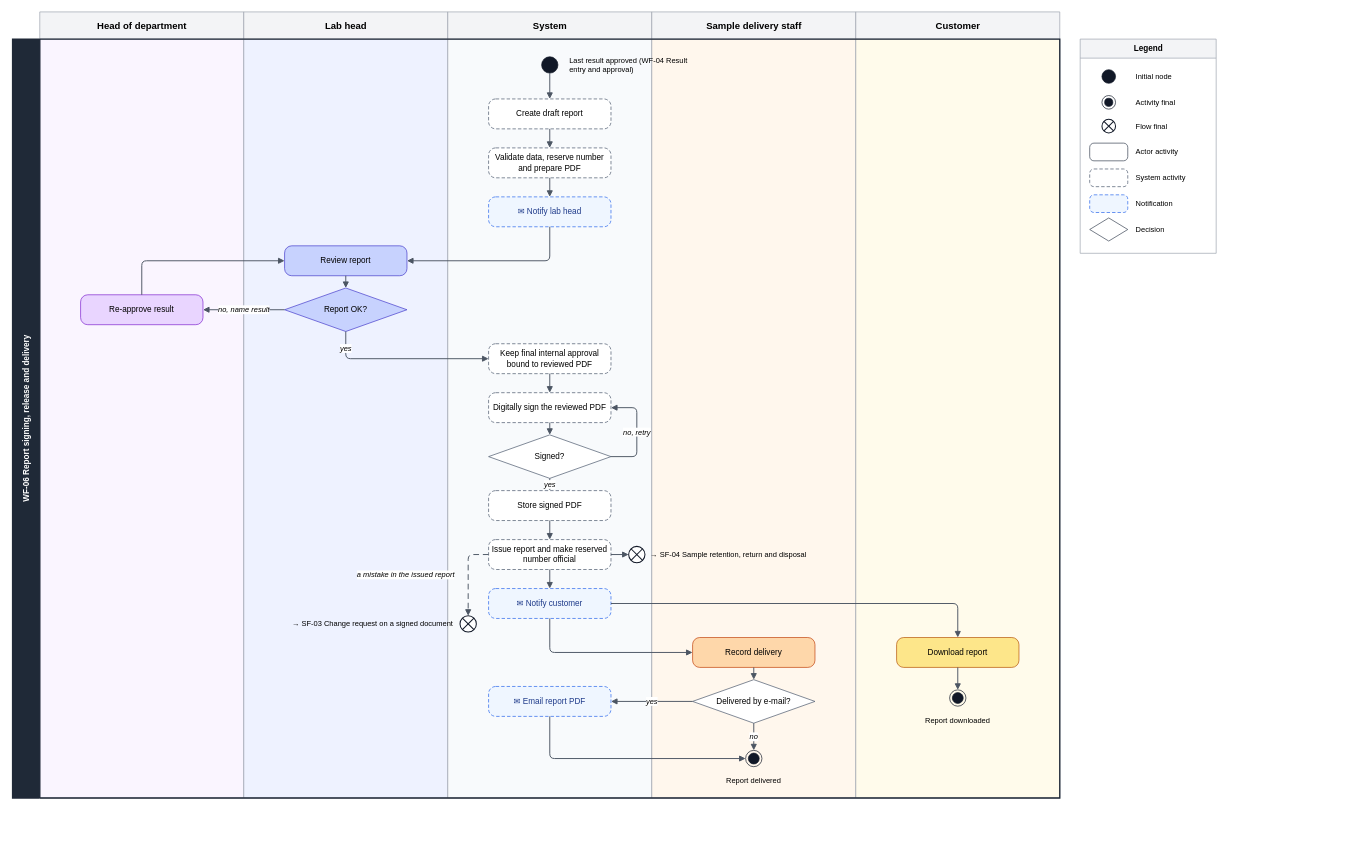
Earlier version of the draw.io diagram page "WF-06 Workflow" (1 of 2) of docs/reports/activity-diagram/final/Core flows/WF-06 Report signing, release and delivery.drawio (SoltuneMontepre/medilab). Source tidied: cells renumbered, new cells numbered last; positions are measured from the earlier drawing's top-left corner, leaving out a move shared by most shapes. Both pictures are drawn from the tidied source at 68%, with x=0, y=0 at pixel (12, 12).
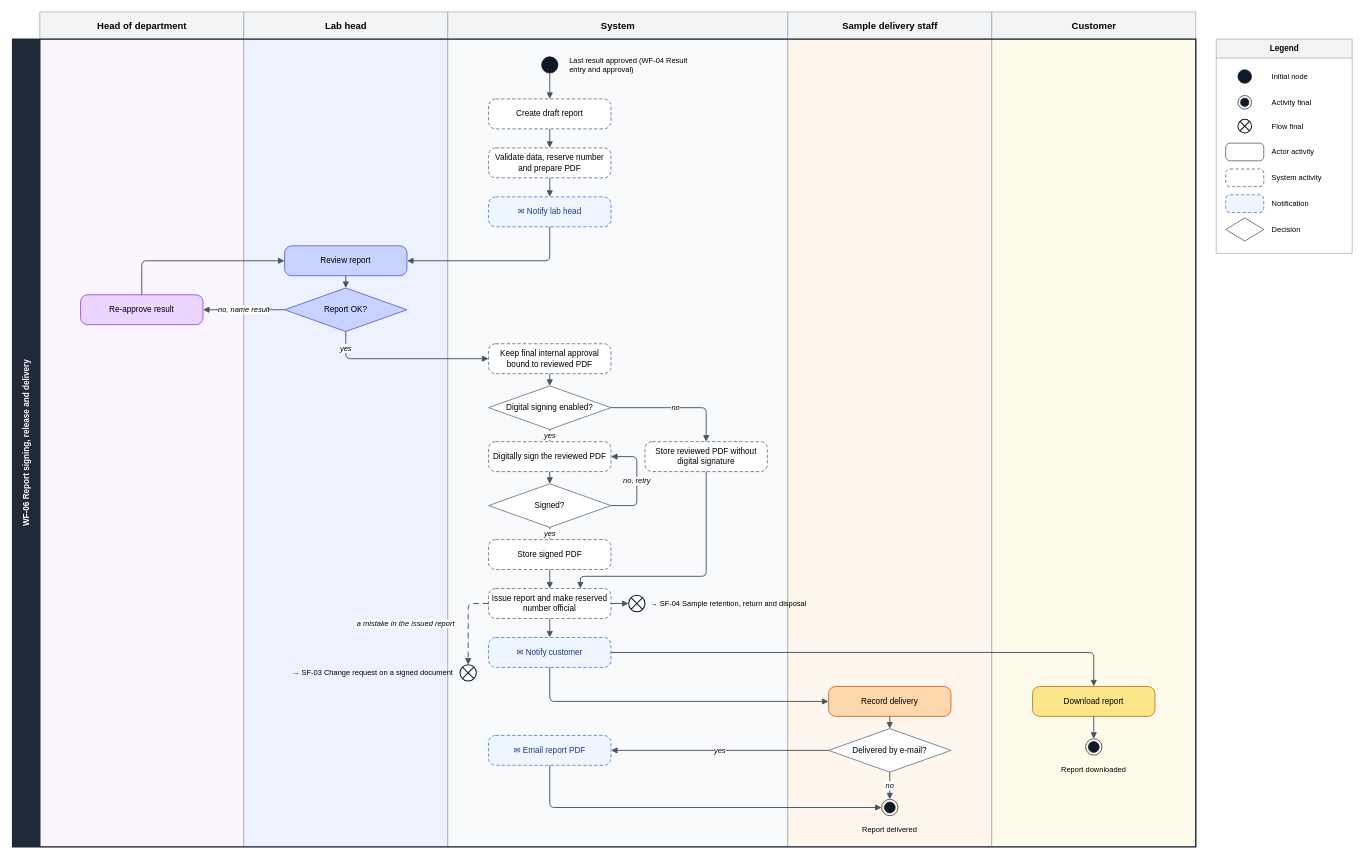
The same diagram, later.

Commit message (it also covers changes not shown here):
[docs] Make test reports read-only, keep a rejected report in its signing task and show the digital signing switch

Unchanged cells that the change refers to:
```xml
<mxCell id="15" value="Keep final internal approval bound to reviewed PDF" style="rounded=1;arcSize=24;dashed=1;dashPattern=5 3;whiteSpace=wrap;html=1;fontSize=12;fillColor=#FFFFFF;strokeColor=#475569;" parent="1" vertex="1">
  <mxGeometry x="700" y="488" width="180" height="44" as="geometry" />
</mxCell>
```

Diff of the diagram source:
```diff
@@
     <mxCell id="2" value="Head of department" style="swimlane;startSize=40;fillColor=#F3F4F6;swimlaneFillColor=#FAF5FF;strokeColor=#9CA3AF;fontStyle=1;fontSize=14;html=1;" parent="1" vertex="1">
-      <mxGeometry x="40" width="300" height="1156" as="geometry" />
+      <mxGeometry x="40" width="300" height="1228" as="geometry" />
     </mxCell>
     <mxCell id="3" value="Lab head" style="swimlane;startSize=40;fillColor=#F3F4F6;swimlaneFillColor=#EEF2FF;strokeColor=#9CA3AF;fontStyle=1;fontSize=14;html=1;" parent="1" vertex="1">
-      <mxGeometry x="340" width="300" height="1156" as="geometry" />
+      <mxGeometry x="340" width="300" height="1228" as="geometry" />
     </mxCell>
     <mxCell id="4" value="System" style="swimlane;startSize=40;fillColor=#F3F4F6;swimlaneFillColor=#F8FAFC;strokeColor=#9CA3AF;fontStyle=1;fontSize=14;html=1;" parent="1" vertex="1">
-      <mxGeometry x="640" width="300" height="1156" as="geometry" />
+      <mxGeometry x="640" width="500" height="1228" as="geometry" />
     </mxCell>
     <mxCell id="5" value="Sample delivery staff" style="swimlane;startSize=40;fillColor=#F3F4F6;swimlaneFillColor=#FFF7ED;strokeColor=#9CA3AF;fontStyle=1;fontSize=14;html=1;" parent="1" vertex="1">
-      <mxGeometry x="940" width="300" height="1156" as="geometry" />
+      <mxGeometry x="1140" width="300" height="1228" as="geometry" />
     </mxCell>
     <mxCell id="6" value="Customer" style="swimlane;startSize=40;fillColor=#F3F4F6;swimlaneFillColor=#FFFBEB;strokeColor=#9CA3AF;fontStyle=1;fontSize=14;html=1;" parent="1" vertex="1">
-      <mxGeometry x="1240" width="300" height="1156" as="geometry" />
+      <mxGeometry x="1440" width="300" height="1228" as="geometry" />
     </mxCell>
@@
     <mxCell id="16" value="Digitally sign the reviewed PDF" style="rounded=1;arcSize=24;dashed=1;dashPattern=5 3;whiteSpace=wrap;html=1;fontSize=12;fillColor=#FFFFFF;strokeColor=#475569;" parent="1" vertex="1">
-      <mxGeometry x="700" y="560" width="180" height="44" as="geometry" />
+      <mxGeometry x="700" y="632" width="180" height="44" as="geometry" />
     </mxCell>
     <mxCell id="17" value="Signed?" style="rhombus;whiteSpace=wrap;html=1;fontSize=12;fillColor=#FFFFFF;strokeColor=#475569;" parent="1" vertex="1">
-      <mxGeometry x="700" y="622" width="180" height="64" as="geometry" />
+      <mxGeometry x="700" y="694" width="180" height="64" as="geometry" />
     </mxCell>
     <mxCell id="18" value="Store signed PDF" style="rounded=1;arcSize=24;dashed=1;dashPattern=5 3;whiteSpace=wrap;html=1;fontSize=12;fillColor=#FFFFFF;strokeColor=#475569;" parent="1" vertex="1">
-      <mxGeometry x="700" y="704" width="180" height="44" as="geometry" />
+      <mxGeometry x="700" y="776" width="180" height="44" as="geometry" />
     </mxCell>
     <mxCell id="19" value="Issue report and make reserved number official" style="rounded=1;arcSize=24;dashed=1;dashPattern=5 3;whiteSpace=wrap;html=1;fontSize=12;fillColor=#FFFFFF;strokeColor=#475569;" parent="1" vertex="1">
-      <mxGeometry x="700" y="776" width="180" height="44" as="geometry" />
+      <mxGeometry x="700" y="848" width="180" height="44" as="geometry" />
     </mxCell>
     <mxCell id="20" style="shape=sumEllipse;perimeter=ellipsePerimeter;html=1;fillColor=#FFFFFF;strokeColor=#111827;strokeWidth=1.5;" parent="1" vertex="1">
-      <mxGeometry x="906" y="786" width="24" height="24" as="geometry" />
+      <mxGeometry x="906" y="858" width="24" height="24" as="geometry" />
     </mxCell>
     <mxCell id="21" value="→ SF-04 Sample retention, return and disposal" style="text;html=1;whiteSpace=wrap;fontSize=11;verticalAlign=middle;align=left;" parent="1" vertex="1">
-      <mxGeometry x="936" y="778" width="240" height="40" as="geometry" />
+      <mxGeometry x="936" y="850" width="240" height="40" as="geometry" />
     </mxCell>
     <mxCell id="22" style="shape=sumEllipse;perimeter=ellipsePerimeter;html=1;fillColor=#FFFFFF;strokeColor=#111827;strokeWidth=1.5;" parent="1" vertex="1">
-      <mxGeometry x="658" y="888" width="24" height="24" as="geometry" />
+      <mxGeometry x="658" y="960" width="24" height="24" as="geometry" />
     </mxCell>
     <mxCell id="23" value="→ SF-03 Change request on a signed document" style="text;html=1;whiteSpace=wrap;fontSize=11;verticalAlign=middle;align=right;" parent="1" vertex="1">
-      <mxGeometry x="400" y="886" width="250" height="28" as="geometry" />
+      <mxGeometry x="400" y="958" width="250" height="28" as="geometry" />
     </mxCell>
     <mxCell id="24" value="✉ Notify customer" style="rounded=1;arcSize=24;dashed=1;dashPattern=5 3;whiteSpace=wrap;html=1;fontSize=12;fillColor=#EFF6FF;strokeColor=#2563EB;fontColor=#1E3A8A;" parent="1" vertex="1">
-      <mxGeometry x="700" y="848" width="180" height="44" as="geometry" />
+      <mxGeometry x="700" y="920" width="180" height="44" as="geometry" />
     </mxCell>
     <mxCell id="25" value="Record delivery" style="rounded=1;arcSize=24;whiteSpace=wrap;html=1;fontSize=12;fillColor=#FED7AA;strokeColor=#C2410C;" parent="1" vertex="1">
-      <mxGeometry x="1000" y="920" width="180" height="44" as="geometry" />
+      <mxGeometry x="1200" y="992" width="180" height="44" as="geometry" />
     </mxCell>
     <mxCell id="26" value="Delivered by e-mail?" style="rhombus;whiteSpace=wrap;html=1;fontSize=12;fillColor=#FFFFFF;strokeColor=#475569;" parent="1" vertex="1">
-      <mxGeometry x="1000" y="982" width="180" height="64" as="geometry" />
+      <mxGeometry x="1200" y="1054" width="180" height="64" as="geometry" />
     </mxCell>
     <mxCell id="27" value="✉ Email report PDF" style="rounded=1;arcSize=24;dashed=1;dashPattern=5 3;whiteSpace=wrap;html=1;fontSize=12;fillColor=#EFF6FF;strokeColor=#2563EB;fontColor=#1E3A8A;" parent="1" vertex="1">
-      <mxGeometry x="700" y="992" width="180" height="44" as="geometry" />
+      <mxGeometry x="700" y="1064" width="180" height="44" as="geometry" />
     </mxCell>
     <mxCell id="28" style="shape=endState;html=1;fillColor=#111827;strokeColor=#111827;" parent="1" vertex="1">
-      <mxGeometry x="1078" y="1086" width="24" height="24" as="geometry" />
+      <mxGeometry x="1278" y="1158" width="24" height="24" as="geometry" />
     </mxCell>
     <mxCell id="29" value="Report delivered" style="text;html=1;whiteSpace=wrap;fontSize=11;verticalAlign=middle;align=center;" parent="1" vertex="1">
-      <mxGeometry x="965" y="1117" width="250" height="28" as="geometry" />
+      <mxGeometry x="1165" y="1189" width="250" height="28" as="geometry" />
     </mxCell>
     <mxCell id="30" value="Download report" style="rounded=1;arcSize=24;whiteSpace=wrap;html=1;fontSize=12;fillColor=#FDE68A;strokeColor=#B45309;" parent="1" vertex="1">
-      <mxGeometry x="1300" y="920" width="180" height="44" as="geometry" />
+      <mxGeometry x="1500" y="992" width="180" height="44" as="geometry" />
     </mxCell>
     <mxCell id="31" style="shape=endState;html=1;fillColor=#111827;strokeColor=#111827;" parent="1" vertex="1">
-      <mxGeometry x="1378" y="997" width="24" height="24" as="geometry" />
+      <mxGeometry x="1578" y="1069" width="24" height="24" as="geometry" />
     </mxCell>
     <mxCell id="32" value="Report downloaded" style="text;html=1;whiteSpace=wrap;fontSize=11;verticalAlign=middle;align=center;" parent="1" vertex="1">
-      <mxGeometry x="1265" y="1028" width="250" height="28" as="geometry" />
+      <mxGeometry x="1465" y="1100" width="250" height="28" as="geometry" />
     </mxCell>
@@
-    <mxCell id="41" style="edgeStyle=orthogonalEdgeStyle;rounded=1;arcSize=14;strokeColor=#4B5563;strokeWidth=1.4;endArrow=block;endFill=1;endSize=6;fontSize=11;fontStyle=2;labelBackgroundColor=#ffffff;jumpStyle=arc;jumpSize=8;html=1;exitX=0.5;exitY=1;exitDx=0;exitDy=0;entryX=0.5;entryY=0;entryDx=0;entryDy=0;" parent="1" edge="1" source="15" target="16">
+    <mxCell id="41" style="edgeStyle=orthogonalEdgeStyle;rounded=1;arcSize=14;strokeColor=#4B5563;strokeWidth=1.4;endArrow=block;endFill=1;endSize=6;fontSize=11;fontStyle=2;labelBackgroundColor=#ffffff;jumpStyle=arc;jumpSize=8;html=1;exitX=0.5;exitY=1;exitDx=0;exitDy=0;entryX=0.5;entryY=0;entryDx=0;entryDy=0;" parent="1" edge="1" source="15" target="72">
       <mxGeometry relative="1" as="geometry" />
     </mxCell>
@@
     <mxCell id="43" value="no, retry" style="edgeStyle=orthogonalEdgeStyle;rounded=1;arcSize=14;strokeColor=#4B5563;strokeWidth=1.4;endArrow=block;endFill=1;endSize=6;fontSize=11;fontStyle=2;labelBackgroundColor=#ffffff;jumpStyle=arc;jumpSize=8;html=1;exitX=1;exitY=0.5;exitDx=0;exitDy=0;entryX=1;entryY=0.5;entryDx=0;entryDy=0;" parent="1" edge="1" source="17" target="16">
       <mxGeometry relative="1" as="geometry">
         <Array as="points">
+          <mxPoint x="918" y="726" />
           <mxPoint x="918" y="654" />
-          <mxPoint x="918" y="582" />
         </Array>
       </mxGeometry>
     </mxCell>
@@
     <mxCell id="48" value="a mistake in the issued report" style="edgeStyle=orthogonalEdgeStyle;rounded=1;arcSize=14;strokeColor=#4B5563;strokeWidth=1.4;endArrow=block;endFill=1;endSize=6;fontSize=11;fontStyle=2;labelBackgroundColor=#ffffff;jumpStyle=arc;jumpSize=8;html=1;exitX=0;exitY=0.5;exitDx=0;exitDy=0;entryX=0.5;entryY=0;entryDx=0;entryDy=0;dashed=1;dashPattern=6 4;" parent="1" edge="1" source="19" target="22">
       <mxGeometry relative="1" as="geometry">
         <Array as="points">
-          <mxPoint x="670" y="798" />
+          <mxPoint x="670" y="870" />
         </Array>
         <mxPoint x="-92" as="offset" />
       </mxGeometry>
     </mxCell>
     <mxCell id="49" style="edgeStyle=orthogonalEdgeStyle;rounded=1;arcSize=14;strokeColor=#4B5563;strokeWidth=1.4;endArrow=block;endFill=1;endSize=6;fontSize=11;fontStyle=2;labelBackgroundColor=#ffffff;jumpStyle=arc;jumpSize=8;html=1;exitX=0.5;exitY=1;exitDx=0;exitDy=0;entryX=0;entryY=0.5;entryDx=0;entryDy=0;" parent="1" edge="1" source="24" target="25">
       <mxGeometry relative="1" as="geometry">
         <Array as="points">
-          <mxPoint x="790" y="942" />
+          <mxPoint x="790" y="1014" />
         </Array>
       </mxGeometry>
     </mxCell>
     <mxCell id="50" style="edgeStyle=orthogonalEdgeStyle;rounded=1;arcSize=14;strokeColor=#4B5563;strokeWidth=1.4;endArrow=block;endFill=1;endSize=6;fontSize=11;fontStyle=2;labelBackgroundColor=#ffffff;jumpStyle=arc;jumpSize=8;html=1;exitX=1;exitY=0.5;exitDx=0;exitDy=0;entryX=0.5;entryY=0;entryDx=0;entryDy=0;" parent="1" edge="1" source="24" target="30">
       <mxGeometry relative="1" as="geometry">
         <Array as="points">
-          <mxPoint x="1390" y="870" />
+          <mxPoint x="1590" y="942" />
         </Array>
       </mxGeometry>
     </mxCell>
@@
     <mxCell id="53" style="edgeStyle=orthogonalEdgeStyle;rounded=1;arcSize=14;strokeColor=#4B5563;strokeWidth=1.4;endArrow=block;endFill=1;endSize=6;fontSize=11;fontStyle=2;labelBackgroundColor=#ffffff;jumpStyle=arc;jumpSize=8;html=1;exitX=0.5;exitY=1;exitDx=0;exitDy=0;entryX=0;entryY=0.5;entryDx=0;entryDy=0;" parent="1" edge="1" source="27" target="28">
       <mxGeometry relative="1" as="geometry">
         <Array as="points">
-          <mxPoint x="790" y="1098" />
+          <mxPoint x="790" y="1170" />
         </Array>
       </mxGeometry>
     </mxCell>
@@
     <mxCell id="56" value="WF-06 Report signing, release and delivery" style="swimlane;horizontal=0;startSize=40;fillColor=#1F2937;fontColor=#FFFFFF;swimlaneFillColor=none;strokeColor=#1F2937;strokeWidth=2;fontStyle=1;fontSize=12;whiteSpace=wrap;html=1;" parent="1" vertex="1">
-      <mxGeometry y="40" width="1540" height="1116" as="geometry" />
+      <mxGeometry y="40" width="1740" height="1188" as="geometry" />
     </mxCell>
     <mxCell id="57" value="Legend" style="swimlane;startSize=28;fillColor=#F3F4F6;strokeColor=#9CA3AF;fontStyle=1;fontSize=12;html=1;" parent="1" vertex="1">
-      <mxGeometry x="1570" y="40" width="200" height="315" as="geometry" />
+      <mxGeometry x="1770" y="40" width="200" height="315" as="geometry" />
     </mxCell>
     <mxCell id="58" style="ellipse;html=1;fillColor=#111827;strokeColor=#111827;" parent="1" vertex="1">
-      <mxGeometry x="1602" y="85" width="20" height="20" as="geometry" />
+      <mxGeometry x="1802" y="85" width="20" height="20" as="geometry" />
     </mxCell>
     <mxCell id="59" value="Initial node" style="text;html=1;whiteSpace=wrap;fontSize=11;verticalAlign=middle;align=left;" parent="1" vertex="1">
-      <mxGeometry x="1650" y="82" width="110" height="26" as="geometry" />
+      <mxGeometry x="1850" y="82" width="110" height="26" as="geometry" />
     </mxCell>
     <mxCell id="60" style="shape=endState;html=1;fillColor=#111827;strokeColor=#111827;" parent="1" vertex="1">
-      <mxGeometry x="1602" y="123" width="20" height="20" as="geometry" />
+      <mxGeometry x="1802" y="123" width="20" height="20" as="geometry" />
     </mxCell>
     <mxCell id="61" value="Activity final" style="text;html=1;whiteSpace=wrap;fontSize=11;verticalAlign=middle;align=left;" parent="1" vertex="1">
-      <mxGeometry x="1650" y="120" width="110" height="26" as="geometry" />
+      <mxGeometry x="1850" y="120" width="110" height="26" as="geometry" />
     </mxCell>
     <mxCell id="62" style="shape=sumEllipse;perimeter=ellipsePerimeter;html=1;fillColor=#FFFFFF;strokeColor=#111827;strokeWidth=1.5;" parent="1" vertex="1">
-      <mxGeometry x="1602" y="158" width="20" height="20" as="geometry" />
+      <mxGeometry x="1802" y="158" width="20" height="20" as="geometry" />
     </mxCell>
     <mxCell id="63" value="Flow final" style="text;html=1;whiteSpace=wrap;fontSize=11;verticalAlign=middle;align=left;" parent="1" vertex="1">
-      <mxGeometry x="1650" y="155" width="110" height="26" as="geometry" />
+      <mxGeometry x="1850" y="155" width="110" height="26" as="geometry" />
     </mxCell>
     <mxCell id="64" style="rounded=1;arcSize=24;whiteSpace=wrap;html=1;fontSize=12;fillColor=#FFFFFF;strokeColor=#374151;" parent="1" vertex="1">
-      <mxGeometry x="1584" y="193" width="56" height="26" as="geometry" />
+      <mxGeometry x="1784" y="193" width="56" height="26" as="geometry" />
     </mxCell>
     <mxCell id="65" value="Actor activity" style="text;html=1;whiteSpace=wrap;fontSize=11;verticalAlign=middle;align=left;" parent="1" vertex="1">
-      <mxGeometry x="1650" y="193" width="110" height="26" as="geometry" />
+      <mxGeometry x="1850" y="193" width="110" height="26" as="geometry" />
     </mxCell>
     <mxCell id="66" style="rounded=1;arcSize=24;dashed=1;dashPattern=5 3;whiteSpace=wrap;html=1;fontSize=12;fillColor=#FFFFFF;strokeColor=#475569;" parent="1" vertex="1">
-      <mxGeometry x="1584" y="231" width="56" height="26" as="geometry" />
+      <mxGeometry x="1784" y="231" width="56" height="26" as="geometry" />
     </mxCell>
     <mxCell id="67" value="System activity" style="text;html=1;whiteSpace=wrap;fontSize=11;verticalAlign=middle;align=left;" parent="1" vertex="1">
-      <mxGeometry x="1650" y="231" width="110" height="26" as="geometry" />
+      <mxGeometry x="1850" y="231" width="110" height="26" as="geometry" />
     </mxCell>
     <mxCell id="68" style="rounded=1;arcSize=24;dashed=1;dashPattern=5 3;whiteSpace=wrap;html=1;fontSize=12;fillColor=#EFF6FF;strokeColor=#2563EB;fontColor=#1E3A8A;" parent="1" vertex="1">
-      <mxGeometry x="1584" y="269" width="56" height="26" as="geometry" />
+      <mxGeometry x="1784" y="269" width="56" height="26" as="geometry" />
     </mxCell>
     <mxCell id="69" value="Notification" style="text;html=1;whiteSpace=wrap;fontSize=11;verticalAlign=middle;align=left;" parent="1" vertex="1">
-      <mxGeometry x="1650" y="269" width="110" height="26" as="geometry" />
+      <mxGeometry x="1850" y="269" width="110" height="26" as="geometry" />
     </mxCell>
     <mxCell id="70" style="rhombus;whiteSpace=wrap;html=1;fontSize=12;fillColor=#FFFFFF;strokeColor=#374151;" parent="1" vertex="1">
-      <mxGeometry x="1584" y="303" width="56" height="34" as="geometry" />
+      <mxGeometry x="1784" y="303" width="56" height="34" as="geometry" />
     </mxCell>
     <mxCell id="71" value="Decision" style="text;html=1;whiteSpace=wrap;fontSize=11;verticalAlign=middle;align=left;" parent="1" vertex="1">
-      <mxGeometry x="1650" y="307" width="110" height="26" as="geometry" />
+      <mxGeometry x="1850" y="307" width="110" height="26" as="geometry" />
     </mxCell>
+    <mxCell id="72" value="Digital signing enabled?" style="rhombus;whiteSpace=wrap;html=1;fontSize=12;fillColor=#FFFFFF;strokeColor=#475569;" parent="1" vertex="1">
+      <mxGeometry x="700" y="550" width="180" height="64" as="geometry" />
+    </mxCell>
+    <mxCell id="73" value="Store reviewed PDF without digital signature" style="rounded=1;arcSize=24;dashed=1;dashPattern=5 3;whiteSpace=wrap;html=1;fontSize=12;fillColor=#FFFFFF;strokeColor=#475569;" parent="1" vertex="1">
+      <mxGeometry x="930" y="632" width="180" height="44" as="geometry" />
+    </mxCell>
+    <mxCell id="74" value="yes" style="edgeStyle=orthogonalEdgeStyle;rounded=1;arcSize=14;strokeColor=#4B5563;strokeWidth=1.4;endArrow=block;endFill=1;endSize=6;fontSize=11;fontStyle=2;labelBackgroundColor=#ffffff;jumpStyle=arc;jumpSize=8;html=1;exitX=0.5;exitY=1;exitDx=0;exitDy=0;entryX=0.5;entryY=0;entryDx=0;entryDy=0;" parent="1" edge="1" source="72" target="16">
+      <mxGeometry relative="1" as="geometry" />
+    </mxCell>
+    <mxCell id="75" value="no" style="edgeStyle=orthogonalEdgeStyle;rounded=1;arcSize=14;strokeColor=#4B5563;strokeWidth=1.4;endArrow=block;endFill=1;endSize=6;fontSize=11;fontStyle=2;labelBackgroundColor=#ffffff;jumpStyle=arc;jumpSize=8;html=1;exitX=1;exitY=0.5;exitDx=0;exitDy=0;entryX=0.5;entryY=0;entryDx=0;entryDy=0;" parent="1" edge="1" source="72" target="73">
+      <mxGeometry relative="1" as="geometry">
+        <Array as="points">
+          <mxPoint x="1020" y="582" />
+        </Array>
+      </mxGeometry>
+    </mxCell>
+    <mxCell id="76" style="edgeStyle=orthogonalEdgeStyle;rounded=1;arcSize=14;strokeColor=#4B5563;strokeWidth=1.4;endArrow=block;endFill=1;endSize=6;fontSize=11;fontStyle=2;labelBackgroundColor=#ffffff;jumpStyle=arc;jumpSize=8;html=1;exitX=0.5;exitY=1;exitDx=0;exitDy=0;entryX=0.75;entryY=0;entryDx=0;entryDy=0;" parent="1" edge="1" source="73" target="19">
+      <mxGeometry relative="1" as="geometry">
+        <Array as="points">
+          <mxPoint x="1020" y="830" />
+          <mxPoint x="835" y="830" />
+        </Array>
+      </mxGeometry>
+    </mxCell>
```
